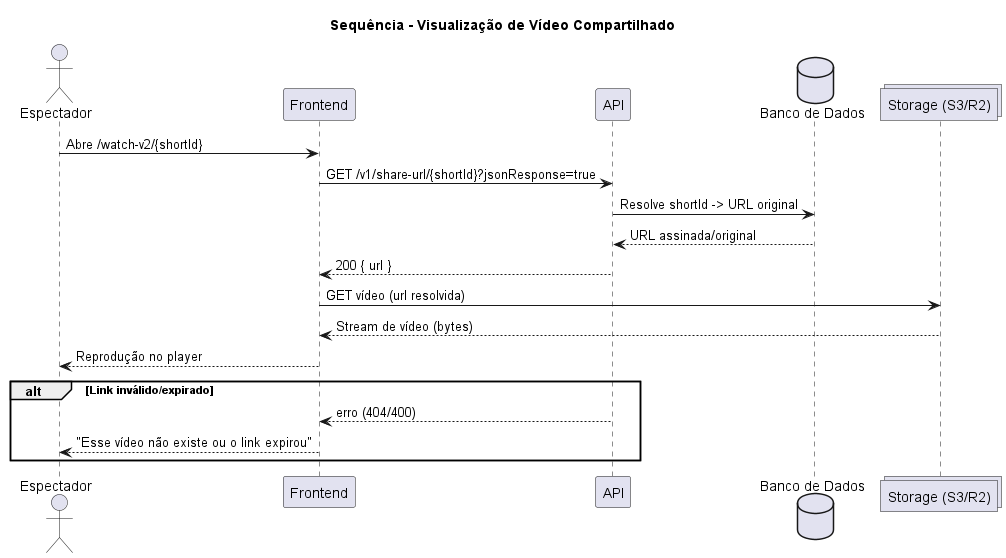
This is docs/diagramas/diagrama-sequencia-visualizacao.png from vitorweirich/ads-projeto-integrador, a PlantUML export, as it was before one commit.
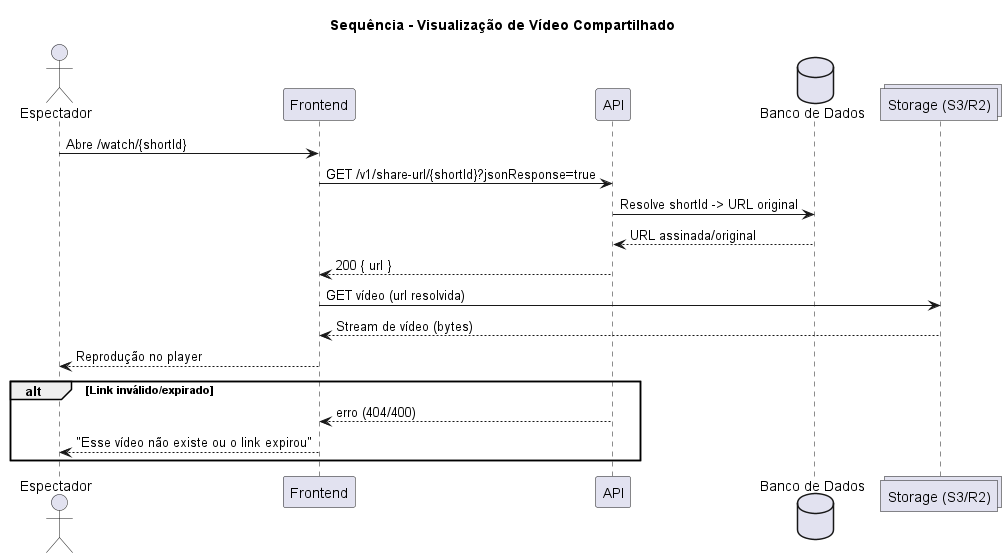
After the change.

The edit, as a diff of the source:
```diff
@@ -1,4 +1,4 @@
-@startuml
+@startuml "Sequência - Visualização de Vídeo Compartilhado"
 title Sequência - Visualização de Vídeo Compartilhado
 
 actor "Espectador" as V
@@ -7,7 +7,7 @@
 database "Banco de Dados" as DB
 collections "Storage (S3/R2)" as ST
 
-V -> FE: Abre /watch-v2/{shortId}
+V -> FE: Abre /watch/{shortId}
 FE -> API: GET /v1/share-url/{shortId}?jsonResponse=true
 API -> DB: Resolve shortId -> URL original
 DB --> API: URL assinada/original
```
